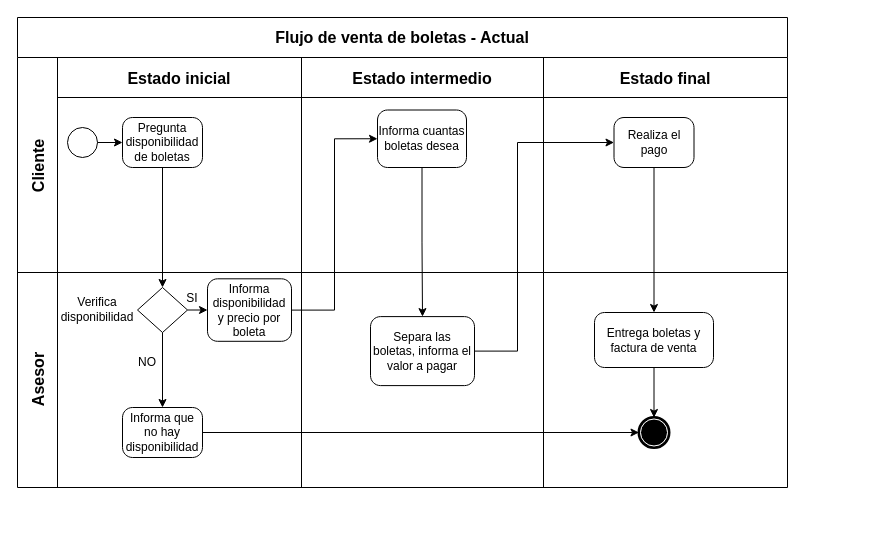
sebek0823/billett keeps this draw.io diagram as page "Venta - Actual" (1 of 6) of 1. Planear/Billett.drawio. Above is the earlier version. Source tidied: cells renumbered, new cells numbered last; positions are measured from the earlier drawing's top-left corner, leaving out a move shared by most shapes. Both pictures are drawn from the tidied source at 100%, with x=0, y=0 at pixel (17, 17).
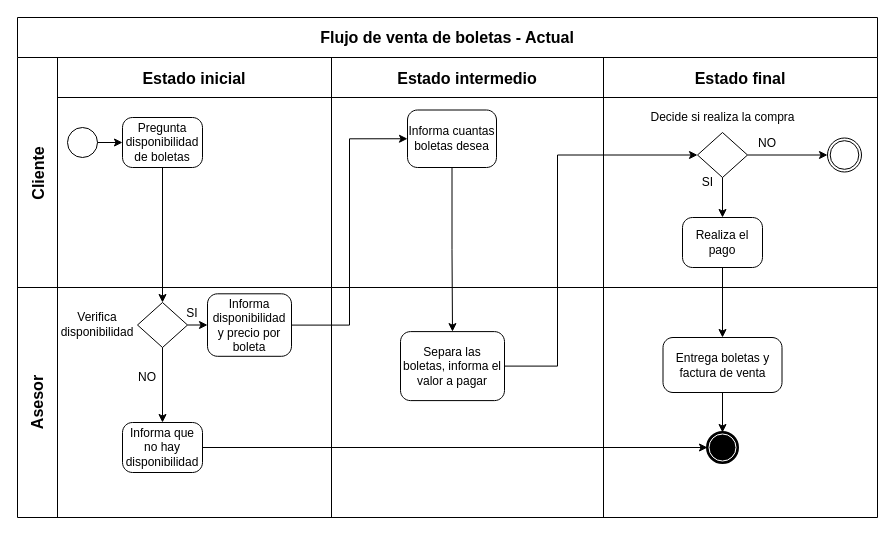
The same diagram, later.

The change refers to these unchanged cells:
```xml
<mxCell id="23" value="Separa las boletas, informa el valor a pagar" style="points=[[0.25,0,0],[0.5,0,0],[0.75,0,0],[1,0.25,0],[1,0.5,0],[1,0.75,0],[0.75,1,0],[0.5,1,0],[0.25,1,0],[0,0.75,0],[0,0.5,0],[0,0.25,0]];shape=mxgraph.bpmn.task;whiteSpace=wrap;rectStyle=rounded;size=10;html=1;taskMarker=abstract;" parent="22" vertex="1">
  <mxGeometry x="69" y="44.1" width="104" height="69" as="geometry" />
</mxCell>
```

What changed in the source:
```diff
@@
     <mxCell id="2" value="Flujo de venta de boletas - Actual" style="shape=table;childLayout=tableLayout;startSize=40;fontSize=16;fontStyle=1;whiteSpace=wrap;" parent="1" vertex="1">
-      <mxGeometry width="770" height="470" as="geometry" />
+      <mxGeometry width="860" height="500" as="geometry" />
     </mxCell>
     <mxCell id="3" value="Cliente" style="shape=tableRow;horizontal=0;swimlaneHead=0;swimlaneBody=0;top=0;left=0;strokeColor=inherit;bottom=0;right=0;fontStyle=1;fillColor=none;startSize=40;fontSize=16;" parent="2" vertex="1">
-      <mxGeometry y="40" width="770" height="215" as="geometry" />
+      <mxGeometry y="40" width="860" height="230" as="geometry" />
     </mxCell>
     <mxCell id="4" value="Estado inicial" style="swimlane;swimlaneHead=0;swimlaneBody=0;fontStyle=1;strokeColor=inherit;fillColor=none;startSize=40;fontSize=16;" parent="3" vertex="1">
-      <mxGeometry x="40" width="244" height="215" as="geometry" />
+      <mxGeometry x="40" width="274" height="230" as="geometry" />
     </mxCell>
@@
     <mxCell id="8" value="Estado intermedio" style="swimlane;swimlaneHead=0;swimlaneBody=0;fontStyle=1;strokeColor=inherit;fillColor=none;startSize=40;fontSize=16;" parent="3" vertex="1">
-      <mxGeometry x="284" width="242" height="215" as="geometry" />
+      <mxGeometry x="314" width="272" height="230" as="geometry" />
     </mxCell>
@@
     <mxCell id="10" value="Estado final" style="swimlane;swimlaneHead=0;swimlaneBody=0;fontStyle=1;strokeColor=inherit;fillColor=none;startSize=40;fontSize=16;" parent="3" vertex="1">
-      <mxGeometry x="526" width="244" height="215" as="geometry" />
+      <mxGeometry x="586" width="274" height="230" as="geometry" />
     </mxCell>
     <mxCell id="11" value="Realiza el pago" style="points=[[0.25,0,0],[0.5,0,0],[0.75,0,0],[1,0.25,0],[1,0.5,0],[1,0.75,0],[0.75,1,0],[0.5,1,0],[0.25,1,0],[0,0.75,0],[0,0.5,0],[0,0.25,0]];shape=mxgraph.bpmn.task;whiteSpace=wrap;rectStyle=rounded;size=10;html=1;taskMarker=abstract;" parent="10" vertex="1">
-      <mxGeometry x="70.5" y="60" width="80" height="50" as="geometry" />
+      <mxGeometry x="79" y="160" width="80" height="50" as="geometry" />
     </mxCell>
+    <mxCell id="34" style="edgeStyle=orthogonalEdgeStyle;rounded=0;jettySize=auto;html=1;" parent="10" edge="1" source="35" target="40">
+      <mxGeometry relative="1" as="geometry" />
+    </mxCell>
+    <mxCell id="35" style="points=[[0.25,0.25,0],[0.5,0,0],[0.75,0.25,0],[1,0.5,0],[0.75,0.75,0],[0.5,1,0],[0.25,0.75,0],[0,0.5,0]];shape=mxgraph.bpmn.gateway2;html=1;verticalLabelPosition=bottom;labelBackgroundColor=#ffffff;verticalAlign=top;align=center;perimeter=rhombusPerimeter;outlineConnect=0;outline=none;symbol=none;" parent="10" vertex="1">
+      <mxGeometry x="94" y="75" width="50" height="45" as="geometry" />
+    </mxCell>
+    <mxCell id="36" value="NO" style="text;html=1;align=center;verticalAlign=middle;whiteSpace=wrap;rounded=0;" parent="10" vertex="1">
+      <mxGeometry x="154" y="80.5" width="20" height="10" as="geometry" />
+    </mxCell>
+    <mxCell id="37" value="SI" style="text;html=1;align=center;verticalAlign=middle;whiteSpace=wrap;rounded=0;" parent="10" vertex="1">
+      <mxGeometry x="94" y="120" width="21" height="10" as="geometry" />
+    </mxCell>
+    <mxCell id="38" style="edgeStyle=orthogonalEdgeStyle;rounded=0;jettySize=auto;html=1;entryX=0.5;entryY=0;entryDx=0;entryDy=0;entryPerimeter=0;" parent="10" edge="1" source="35" target="11">
+      <mxGeometry relative="1" as="geometry" />
+    </mxCell>
+    <mxCell id="39" value="Decide si realiza la compra" style="text;html=1;align=center;verticalAlign=middle;strokeColor=none;fillColor=none;" parent="10" vertex="1">
+      <mxGeometry x="34" y="45" width="170" height="30" as="geometry" />
+    </mxCell>
+    <mxCell id="40" style="points=[[0.145,0.145,0],[0.5,0,0],[0.855,0.145,0],[1,0.5,0],[0.855,0.855,0],[0.5,1,0],[0.145,0.855,0],[0,0.5,0]];shape=mxgraph.bpmn.event;html=1;verticalLabelPosition=bottom;labelBackgroundColor=#ffffff;verticalAlign=top;align=center;perimeter=ellipsePerimeter;outlineConnect=0;outline=throwing;symbol=general;" parent="10" vertex="1">
+      <mxGeometry x="224" y="80.5" width="34" height="34" as="geometry" />
+    </mxCell>
     <mxCell id="12" value="Asesor" style="shape=tableRow;horizontal=0;swimlaneHead=0;swimlaneBody=0;top=0;left=0;strokeColor=inherit;bottom=0;right=0;fontStyle=1;fillColor=none;startSize=40;fontSize=16;verticalAlign=middle;whiteSpace=wrap;" parent="2" vertex="1">
-      <mxGeometry y="255" width="770" height="215" as="geometry" />
+      <mxGeometry y="270" width="860" height="230" as="geometry" />
     </mxCell>
     <mxCell id="13" style="swimlane;swimlaneHead=0;swimlaneBody=0;fontStyle=1;strokeColor=inherit;fillColor=none;startSize=0;fontSize=16;" parent="12" vertex="1">
-      <mxGeometry x="40" width="244" height="215" as="geometry" />
+      <mxGeometry x="40" width="274" height="230" as="geometry" />
     </mxCell>
@@
     <mxCell id="22" style="swimlane;swimlaneHead=0;swimlaneBody=0;fontStyle=1;strokeColor=inherit;fillColor=none;startSize=0;fontSize=16;" parent="12" vertex="1">
-      <mxGeometry x="284" width="242" height="215" as="geometry" />
+      <mxGeometry x="314" width="272" height="230" as="geometry" />
     </mxCell>
@@
     <mxCell id="24" style="swimlane;swimlaneHead=0;swimlaneBody=0;fontStyle=1;strokeColor=inherit;fillColor=none;startSize=0;fontSize=16;" parent="12" vertex="1">
-      <mxGeometry x="526" width="244" height="215" as="geometry" />
+      <mxGeometry x="586" width="274" height="230" as="geometry" />
     </mxCell>
     <mxCell id="25" style="points=[[0.145,0.145,0],[0.5,0,0],[0.855,0.145,0],[1,0.5,0],[0.855,0.855,0],[0.5,1,0],[0.145,0.855,0],[0,0.5,0]];shape=mxgraph.bpmn.event;html=1;verticalLabelPosition=bottom;labelBackgroundColor=#ffffff;verticalAlign=top;align=center;perimeter=ellipsePerimeter;outlineConnect=0;outline=end;symbol=terminate;" parent="24" vertex="1">
-      <mxGeometry x="95.5" y="145" width="30" height="30" as="geometry" />
+      <mxGeometry x="104" y="145" width="30" height="30" as="geometry" />
     </mxCell>
     <mxCell id="26" value="Entrega boletas y factura de venta" style="points=[[0.25,0,0],[0.5,0,0],[0.75,0,0],[1,0.25,0],[1,0.5,0],[1,0.75,0],[0.75,1,0],[0.5,1,0],[0.25,1,0],[0,0.75,0],[0,0.5,0],[0,0.25,0]];shape=mxgraph.bpmn.task;whiteSpace=wrap;rectStyle=rounded;size=10;html=1;taskMarker=abstract;" parent="24" vertex="1">
-      <mxGeometry x="51" y="40" width="119" height="55" as="geometry" />
+      <mxGeometry x="59.5" y="50" width="119" height="55" as="geometry" />
     </mxCell>
@@
-    <mxCell id="32" style="edgeStyle=orthogonalEdgeStyle;rounded=0;jettySize=auto;html=1;entryX=0;entryY=0.5;entryDx=0;entryDy=0;entryPerimeter=0;" parent="2" edge="1" source="23" target="11">
-      <mxGeometry relative="1" as="geometry">
-        <Array as="points">
-          <mxPoint x="500" y="334" />
-          <mxPoint x="500" y="125" />
-        </Array>
-      </mxGeometry>
-    </mxCell>
@@
+    <mxCell id="41" style="edgeStyle=orthogonalEdgeStyle;rounded=0;jettySize=auto;html=1;entryX=0;entryY=0.5;entryDx=0;entryDy=0;entryPerimeter=0;" parent="2" edge="1" source="23" target="35">
+      <mxGeometry relative="1" as="geometry">
+        <Array as="points">
+          <mxPoint x="540" y="349" />
+          <mxPoint x="540" y="138" />
+        </Array>
+      </mxGeometry>
+    </mxCell>
```
